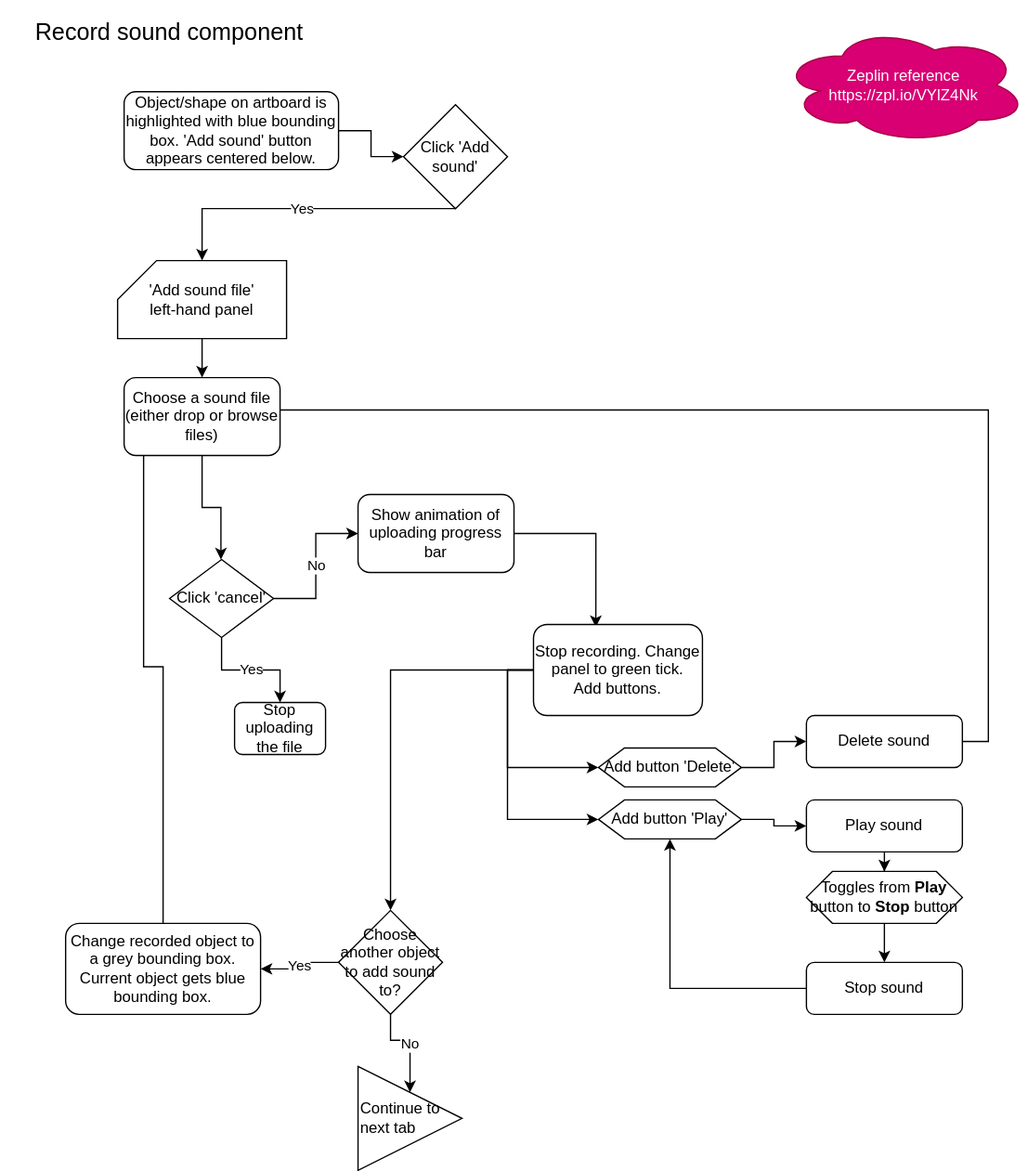
ji-devs/ji-cloud-flowcharts keeps this draw.io diagram as modules/components/select-sound.drawio.svg. Above is the earlier version. Source tidied: cells renumbered, new cells last; positions are measured from the earlier drawing's top-left corner, leaving out a move shared by most shapes.
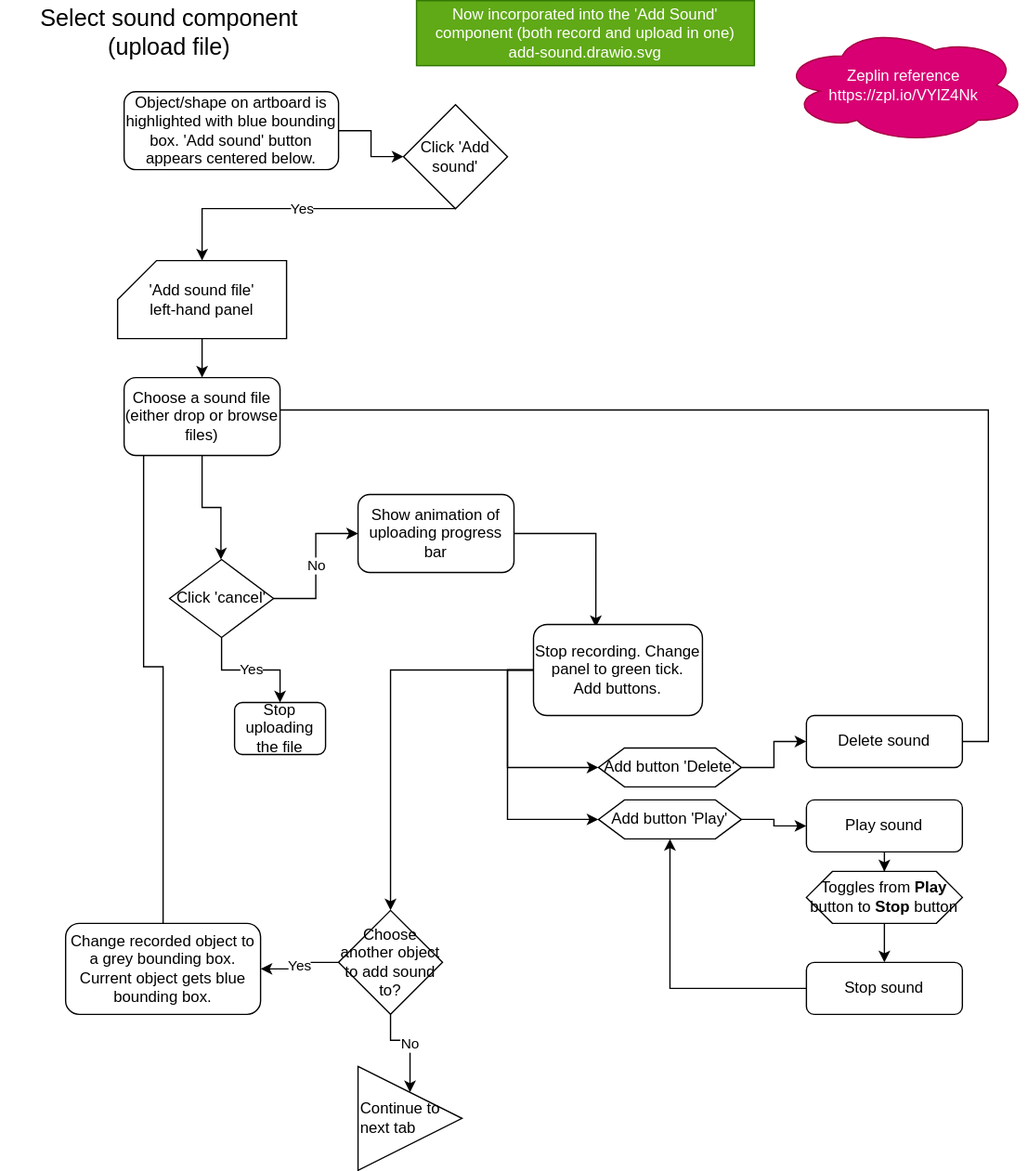
The same diagram one commit later.

Diff of the diagram source:
```diff
@@ -2,7 +2,7 @@
   <root>
     <mxCell id="0" />
     <mxCell id="1" parent="0" />
-    <mxCell id="2" value="&lt;font style=&quot;font-size: 18px&quot;&gt;Record sound component&lt;/font&gt;" style="text;html=1;strokeColor=none;fillColor=none;align=center;verticalAlign=middle;whiteSpace=wrap;rounded=0;" parent="1" vertex="1">
+    <mxCell id="2" value="&lt;font style=&quot;font-size: 18px&quot;&gt;Select sound component (upload file)&lt;/font&gt;" style="text;html=1;strokeColor=none;fillColor=none;align=center;verticalAlign=middle;whiteSpace=wrap;rounded=0;" parent="1" vertex="1">
       <mxGeometry width="260" height="50" as="geometry" />
     </mxCell>
     <mxCell id="3" style="edgeStyle=orthogonalEdgeStyle;rounded=0;jettySize=auto;html=1;entryX=0.5;entryY=0;entryDx=0;entryDy=0;" parent="1" edge="1" source="4">
@@ -134,5 +134,8 @@
     <mxCell id="39" value="Stop sound" style="rounded=1;whiteSpace=wrap;html=1;" parent="1" vertex="1">
       <mxGeometry x="620" y="740" width="120" height="40" as="geometry" />
     </mxCell>
+    <mxCell id="40" value="&lt;font&gt;Now incorporated into the 'Add Sound' component (both record and upload in one)&lt;br&gt;add-sound.drawio.svg&lt;br&gt;&lt;/font&gt;" style="text;html=1;strokeColor=#2D7600;fillColor=#60a917;align=center;verticalAlign=middle;whiteSpace=wrap;rounded=0;fontColor=#ffffff;" parent="1" vertex="1">
+      <mxGeometry x="320" width="260" height="50" as="geometry" />
+    </mxCell>
   </root>
 </mxGraphModel>
```
